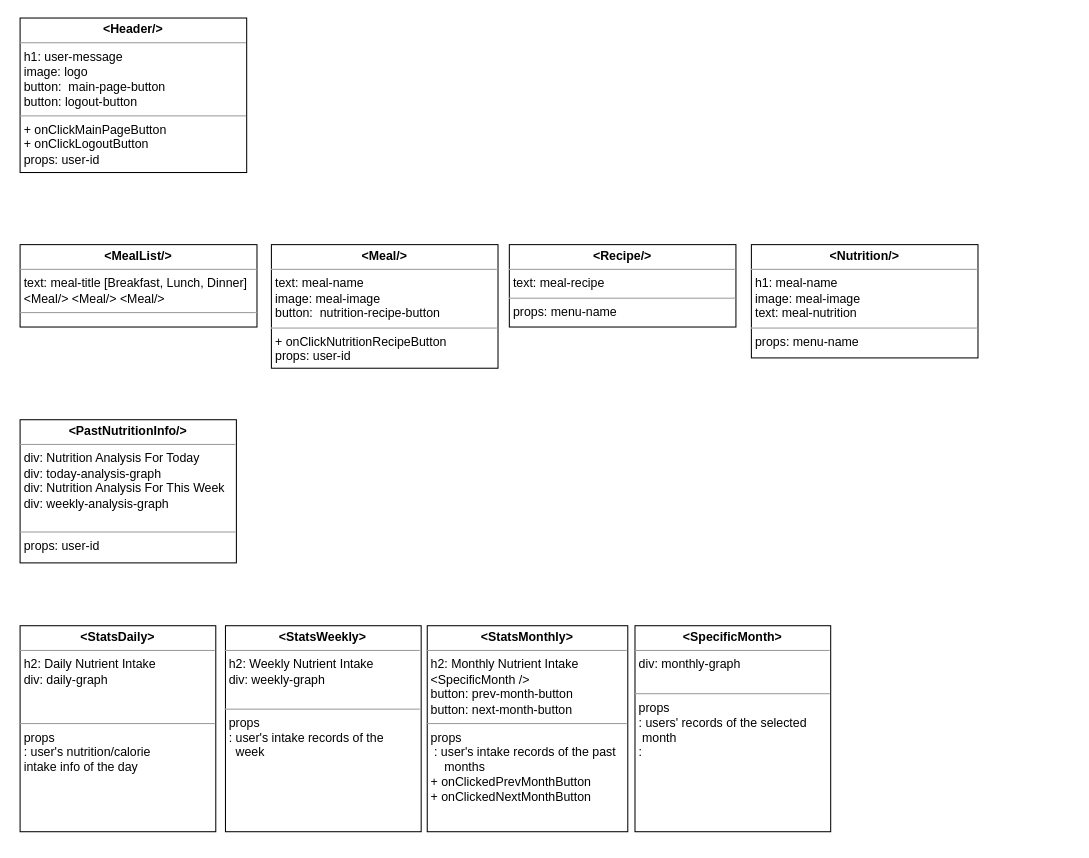
This is diagrams/Component Diagram.drawio from swsnu/swpp2021-team5, a draw.io file, before an edit. Source tidied: cells renumbered, new cells numbered last; positions are measured from the earlier drawing's top-left corner, leaving out a move shared by most shapes. Both pictures are drawn from the tidied source at 103%, with x=0, y=0 at pixel (20, 18).
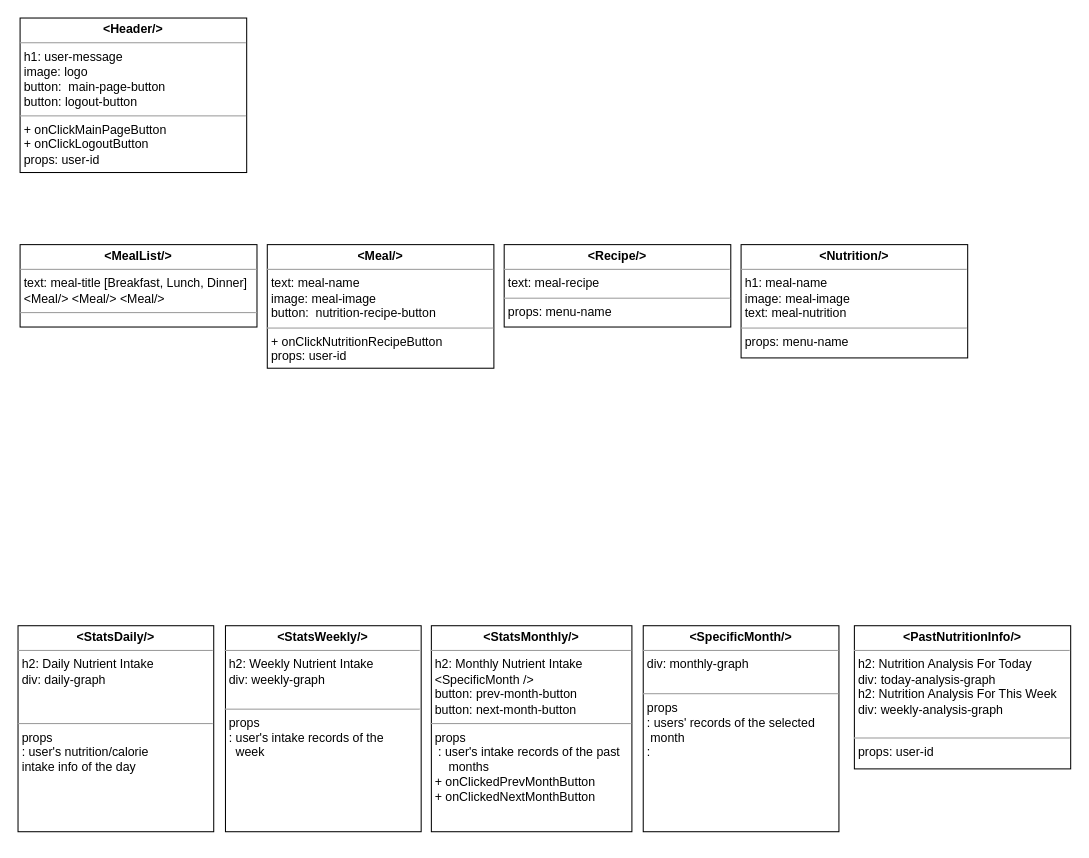
The same diagram, later.

The edit, as a diff of the source:
```diff
@@
 <mxGraphModel>
   <root>
     <mxCell id="0" />
     <mxCell id="1" parent="0" />
-    <mxCell id="2" value="&lt;p style=&quot;margin: 0px ; margin-top: 4px ; text-align: center&quot;&gt;&lt;b&gt;&amp;lt;PastNutritionInfo/&amp;gt;&lt;/b&gt;&lt;/p&gt;&lt;hr size=&quot;1&quot;&gt;&lt;p style=&quot;margin: 0px ; margin-left: 4px&quot;&gt;div: Nutrition Analysis For Today&lt;/p&gt;&lt;p style=&quot;margin: 0px ; margin-left: 4px&quot;&gt;div: today-analysis-graph&lt;/p&gt;&lt;p style=&quot;margin: 0px ; margin-left: 4px&quot;&gt;div: Nutrition Analysis For This Week&lt;/p&gt;&lt;p style=&quot;margin: 0px ; margin-left: 4px&quot;&gt;div: weekly-analysis-graph&lt;/p&gt;&lt;p style=&quot;margin: 0px ; margin-left: 4px&quot;&gt;&lt;br&gt;&lt;/p&gt;&lt;hr size=&quot;1&quot;&gt;&lt;p style=&quot;margin: 0px ; margin-left: 4px&quot;&gt;props: user-id&lt;/p&gt;" style="verticalAlign=top;align=left;overflow=fill;fontSize=12;fontFamily=Helvetica;html=1;rounded=0;shadow=0;comic=0;labelBackgroundColor=none;strokeWidth=1;" parent="1" vertex="1">
-      <mxGeometry y="390" width="210" height="139" as="geometry" />
+    <mxCell id="2" value="&lt;p style=&quot;margin: 0px ; margin-top: 4px ; text-align: center&quot;&gt;&lt;b&gt;&amp;lt;PastNutritionInfo/&amp;gt;&lt;/b&gt;&lt;/p&gt;&lt;hr size=&quot;1&quot;&gt;&lt;p style=&quot;margin: 0px ; margin-left: 4px&quot;&gt;h2: Nutrition Analysis For Today&lt;/p&gt;&lt;p style=&quot;margin: 0px ; margin-left: 4px&quot;&gt;div: today-analysis-graph&lt;/p&gt;&lt;p style=&quot;margin: 0px ; margin-left: 4px&quot;&gt;h2: Nutrition Analysis For This Week&lt;/p&gt;&lt;p style=&quot;margin: 0px ; margin-left: 4px&quot;&gt;div: weekly-analysis-graph&lt;/p&gt;&lt;p style=&quot;margin: 0px ; margin-left: 4px&quot;&gt;&lt;br&gt;&lt;/p&gt;&lt;hr size=&quot;1&quot;&gt;&lt;p style=&quot;margin: 0px ; margin-left: 4px&quot;&gt;props: user-id&lt;/p&gt;" style="verticalAlign=top;align=left;overflow=fill;fontSize=12;fontFamily=Helvetica;html=1;rounded=0;shadow=0;comic=0;labelBackgroundColor=none;strokeWidth=1;" parent="1" vertex="1">
+      <mxGeometry x="810" y="590" width="210" height="139" as="geometry" />
     </mxCell>
     <mxCell id="3" value="&lt;p style=&quot;margin: 0px ; margin-top: 4px ; text-align: center&quot;&gt;&lt;b&gt;&amp;lt;MealList/&amp;gt;&lt;/b&gt;&lt;/p&gt;&lt;hr size=&quot;1&quot;&gt;&lt;p style=&quot;margin: 0px ; margin-left: 4px&quot;&gt;text: meal-title [Breakfast, Lunch, Dinner]&lt;/p&gt;&lt;p style=&quot;margin: 0px ; margin-left: 4px&quot;&gt;&lt;span&gt;&amp;lt;Meal/&amp;gt; &amp;lt;Meal/&amp;gt; &amp;lt;Meal/&amp;gt;&lt;/span&gt;&lt;/p&gt;&lt;hr size=&quot;1&quot;&gt;&lt;p style=&quot;margin: 0px ; margin-left: 4px&quot;&gt;&lt;br&gt;&lt;/p&gt;" style="verticalAlign=top;align=left;overflow=fill;fontSize=12;fontFamily=Helvetica;html=1;rounded=0;shadow=0;comic=0;labelBackgroundColor=none;strokeWidth=1;" parent="1" vertex="1">
       <mxGeometry y="220" width="230" height="80" as="geometry" />
     </mxCell>
     <mxCell id="4" value="&lt;p style=&quot;margin: 0px ; margin-top: 4px ; text-align: center&quot;&gt;&lt;b&gt;&amp;lt;Meal/&amp;gt;&lt;/b&gt;&lt;/p&gt;&lt;hr size=&quot;1&quot;&gt;&lt;p style=&quot;margin: 0px ; margin-left: 4px&quot;&gt;&lt;span&gt;text: meal-name&lt;/span&gt;&lt;/p&gt;&lt;p style=&quot;margin: 0px ; margin-left: 4px&quot;&gt;image: meal-image&lt;/p&gt;&lt;p style=&quot;margin: 0px ; margin-left: 4px&quot;&gt;&lt;span&gt;button:&amp;nbsp;&amp;nbsp;&lt;/span&gt;&lt;span style=&quot;text-align: center&quot;&gt;nutrition-recipe-button&lt;/span&gt;&lt;br&gt;&lt;/p&gt;&lt;hr size=&quot;1&quot;&gt;&lt;p style=&quot;margin: 0px ; margin-left: 4px&quot;&gt;+ onClickNutritionRecipeButton&lt;/p&gt;&lt;p style=&quot;margin: 0px ; margin-left: 4px&quot;&gt;props: user-id&lt;/p&gt;" style="verticalAlign=top;align=left;overflow=fill;fontSize=12;fontFamily=Helvetica;html=1;rounded=0;shadow=0;comic=0;labelBackgroundColor=none;strokeWidth=1;" parent="1" vertex="1">
-      <mxGeometry x="244" y="220" width="220" height="120" as="geometry" />
+      <mxGeometry x="240" y="220" width="220" height="120" as="geometry" />
     </mxCell>
     <mxCell id="5" value="&lt;p style=&quot;margin: 0px ; margin-top: 4px ; text-align: center&quot;&gt;&lt;b&gt;&amp;lt;Recipe/&amp;gt;&lt;/b&gt;&lt;/p&gt;&lt;hr size=&quot;1&quot;&gt;&lt;p style=&quot;margin: 0px ; margin-left: 4px&quot;&gt;text: meal-recipe&lt;/p&gt;&lt;hr size=&quot;1&quot;&gt;&lt;p style=&quot;margin: 0px ; margin-left: 4px&quot;&gt;props: menu-name&lt;/p&gt;" style="verticalAlign=top;align=left;overflow=fill;fontSize=12;fontFamily=Helvetica;html=1;rounded=0;shadow=0;comic=0;labelBackgroundColor=none;strokeWidth=1;" parent="1" vertex="1">
-      <mxGeometry x="475" y="220" width="220" height="80" as="geometry" />
+      <mxGeometry x="470" y="220" width="220" height="80" as="geometry" />
     </mxCell>
     <mxCell id="6" value="&lt;p style=&quot;margin: 0px ; margin-top: 4px ; text-align: center&quot;&gt;&lt;b&gt;&amp;lt;Nutrition/&amp;gt;&lt;/b&gt;&lt;/p&gt;&lt;hr size=&quot;1&quot;&gt;&lt;p style=&quot;margin: 0px ; margin-left: 4px&quot;&gt;h1: meal-name&lt;/p&gt;&lt;p style=&quot;margin: 0px ; margin-left: 4px&quot;&gt;&lt;span&gt;image: meal-image&lt;/span&gt;&lt;/p&gt;&lt;p style=&quot;margin: 0px ; margin-left: 4px&quot;&gt;&lt;span&gt;text: meal-nutrition&lt;br&gt;&lt;/span&gt;&lt;/p&gt;&lt;hr size=&quot;1&quot;&gt;&lt;p style=&quot;margin: 0px ; margin-left: 4px&quot;&gt;props: menu-name&lt;/p&gt;" style="verticalAlign=top;align=left;overflow=fill;fontSize=12;fontFamily=Helvetica;html=1;rounded=0;shadow=0;comic=0;labelBackgroundColor=none;strokeWidth=1;" parent="1" vertex="1">
-      <mxGeometry x="710" y="220" width="220" height="110" as="geometry" />
+      <mxGeometry x="700" y="220" width="220" height="110" as="geometry" />
     </mxCell>
     <mxCell id="7" value="&lt;p style=&quot;margin: 0px ; margin-top: 4px ; text-align: center&quot;&gt;&lt;b&gt;&amp;lt;Header/&amp;gt;&lt;/b&gt;&lt;/p&gt;&lt;hr size=&quot;1&quot;&gt;&lt;p style=&quot;margin: 0px ; margin-left: 4px&quot;&gt;h1: user-message&lt;/p&gt;&lt;p style=&quot;margin: 0px ; margin-left: 4px&quot;&gt;image: logo&lt;/p&gt;&lt;p style=&quot;margin: 0px ; margin-left: 4px&quot;&gt;&lt;span&gt;button:&amp;nbsp;&amp;nbsp;&lt;/span&gt;&lt;span style=&quot;text-align: center&quot;&gt;main-page-button&lt;/span&gt;&lt;br&gt;&lt;/p&gt;&lt;p style=&quot;margin: 0px ; margin-left: 4px&quot;&gt;&lt;span style=&quot;text-align: center&quot;&gt;button: logout-button&lt;/span&gt;&lt;/p&gt;&lt;hr size=&quot;1&quot;&gt;&lt;p style=&quot;margin: 0px ; margin-left: 4px&quot;&gt;+ onClickMainPageButton&lt;/p&gt;&lt;p style=&quot;margin: 0px ; margin-left: 4px&quot;&gt;+ onClickLogoutButton&lt;/p&gt;&lt;p style=&quot;margin: 0px ; margin-left: 4px&quot;&gt;props: user-id&lt;/p&gt;" style="verticalAlign=top;align=left;overflow=fill;fontSize=12;fontFamily=Helvetica;html=1;rounded=0;shadow=0;comic=0;labelBackgroundColor=none;strokeWidth=1;" parent="1" vertex="1">
       <mxGeometry width="220" height="150" as="geometry" />
     </mxCell>
-    <mxCell id="8" value="&lt;p style=&quot;margin: 0px ; margin-top: 4px ; text-align: center&quot;&gt;&lt;b&gt;&amp;lt;StatsDaily&amp;gt;&lt;/b&gt;&lt;/p&gt;&lt;hr size=&quot;1&quot;&gt;&lt;p style=&quot;margin: 0px ; margin-left: 4px&quot;&gt;h2: Daily Nutrient Intake&lt;br&gt;&lt;/p&gt;&lt;p style=&quot;margin: 0px ; margin-left: 4px&quot;&gt;div: daily-graph&lt;/p&gt;&lt;p style=&quot;margin: 0px ; margin-left: 4px&quot;&gt;&amp;nbsp;&lt;/p&gt;&lt;p style=&quot;margin: 0px ; margin-left: 4px&quot;&gt;&lt;br&gt;&lt;/p&gt;&lt;hr size=&quot;1&quot;&gt;&lt;p style=&quot;margin: 0px ; margin-left: 4px&quot;&gt;props&lt;/p&gt;&lt;p style=&quot;margin: 0px ; margin-left: 4px&quot;&gt;: user's nutrition/calorie&lt;/p&gt;&lt;p style=&quot;margin: 0px ; margin-left: 4px&quot;&gt;intake info of the day&lt;/p&gt;&lt;p style=&quot;margin: 0px ; margin-left: 4px&quot;&gt;&lt;br&gt;&lt;/p&gt;" style="verticalAlign=top;align=left;overflow=fill;fontSize=12;fontFamily=Helvetica;html=1;rounded=0;shadow=0;comic=0;labelBackgroundColor=none;strokeWidth=1;" parent="1" vertex="1">
-      <mxGeometry y="590" width="190" height="200" as="geometry" />
+    <mxCell id="8" value="&lt;p style=&quot;margin: 0px ; margin-top: 4px ; text-align: center&quot;&gt;&lt;b&gt;&amp;lt;StatsDaily/&amp;gt;&lt;/b&gt;&lt;/p&gt;&lt;hr size=&quot;1&quot;&gt;&lt;p style=&quot;margin: 0px ; margin-left: 4px&quot;&gt;h2: Daily Nutrient Intake&lt;br&gt;&lt;/p&gt;&lt;p style=&quot;margin: 0px ; margin-left: 4px&quot;&gt;div: daily-graph&lt;/p&gt;&lt;p style=&quot;margin: 0px ; margin-left: 4px&quot;&gt;&amp;nbsp;&lt;/p&gt;&lt;p style=&quot;margin: 0px ; margin-left: 4px&quot;&gt;&lt;br&gt;&lt;/p&gt;&lt;hr size=&quot;1&quot;&gt;&lt;p style=&quot;margin: 0px ; margin-left: 4px&quot;&gt;props&lt;/p&gt;&lt;p style=&quot;margin: 0px ; margin-left: 4px&quot;&gt;: user's nutrition/calorie&lt;/p&gt;&lt;p style=&quot;margin: 0px ; margin-left: 4px&quot;&gt;intake info of the day&lt;/p&gt;&lt;p style=&quot;margin: 0px ; margin-left: 4px&quot;&gt;&lt;br&gt;&lt;/p&gt;" style="verticalAlign=top;align=left;overflow=fill;fontSize=12;fontFamily=Helvetica;html=1;rounded=0;shadow=0;comic=0;labelBackgroundColor=none;strokeWidth=1;" parent="1" vertex="1">
+      <mxGeometry x="-2" y="590" width="190" height="200" as="geometry" />
     </mxCell>
-    <mxCell id="9" value="&lt;p style=&quot;margin: 0px ; margin-top: 4px ; text-align: center&quot;&gt;&lt;b&gt;&amp;lt;StatsWeekly&amp;gt;&lt;/b&gt;&lt;/p&gt;&lt;hr size=&quot;1&quot;&gt;&lt;p style=&quot;margin: 0px ; margin-left: 4px&quot;&gt;h2: Weekly Nutrient Intake&lt;br&gt;&lt;/p&gt;&lt;p style=&quot;margin: 0px ; margin-left: 4px&quot;&gt;div: weekly-graph&lt;br&gt;&lt;/p&gt;&lt;p style=&quot;margin: 0px ; margin-left: 4px&quot;&gt;&lt;br&gt;&lt;/p&gt;&lt;hr size=&quot;1&quot;&gt;&lt;p style=&quot;margin: 0px ; margin-left: 4px&quot;&gt;props&lt;/p&gt;&lt;p style=&quot;margin: 0px ; margin-left: 4px&quot;&gt;: user's intake records of the&lt;/p&gt;&lt;p style=&quot;margin: 0px ; margin-left: 4px&quot;&gt;&amp;nbsp; week&lt;br&gt;&lt;/p&gt;" style="verticalAlign=top;align=left;overflow=fill;fontSize=12;fontFamily=Helvetica;html=1;rounded=0;shadow=0;comic=0;labelBackgroundColor=none;strokeWidth=1;" parent="1" vertex="1">
+    <mxCell id="9" value="&lt;p style=&quot;margin: 0px ; margin-top: 4px ; text-align: center&quot;&gt;&lt;b&gt;&amp;lt;StatsWeekly/&amp;gt;&lt;/b&gt;&lt;/p&gt;&lt;hr size=&quot;1&quot;&gt;&lt;p style=&quot;margin: 0px ; margin-left: 4px&quot;&gt;h2: Weekly Nutrient Intake&lt;br&gt;&lt;/p&gt;&lt;p style=&quot;margin: 0px ; margin-left: 4px&quot;&gt;div: weekly-graph&lt;br&gt;&lt;/p&gt;&lt;p style=&quot;margin: 0px ; margin-left: 4px&quot;&gt;&lt;br&gt;&lt;/p&gt;&lt;hr size=&quot;1&quot;&gt;&lt;p style=&quot;margin: 0px ; margin-left: 4px&quot;&gt;props&lt;/p&gt;&lt;p style=&quot;margin: 0px ; margin-left: 4px&quot;&gt;: user's intake records of the&lt;/p&gt;&lt;p style=&quot;margin: 0px ; margin-left: 4px&quot;&gt;&amp;nbsp; week&lt;br&gt;&lt;/p&gt;" style="verticalAlign=top;align=left;overflow=fill;fontSize=12;fontFamily=Helvetica;html=1;rounded=0;shadow=0;comic=0;labelBackgroundColor=none;strokeWidth=1;" parent="1" vertex="1">
       <mxGeometry x="199.4" y="590" width="190" height="200" as="geometry" />
     </mxCell>
-    <mxCell id="10" value="&lt;p style=&quot;margin: 0px ; margin-top: 4px ; text-align: center&quot;&gt;&lt;b&gt;&amp;lt;StatsMonthly&amp;gt;&lt;/b&gt;&lt;/p&gt;&lt;hr size=&quot;1&quot;&gt;&lt;p style=&quot;margin: 0px ; margin-left: 4px&quot;&gt;h2: Monthly Nutrient Intake&amp;nbsp;&lt;br&gt;&lt;/p&gt;&lt;p style=&quot;margin: 0px ; margin-left: 4px&quot;&gt;&amp;lt;SpecificMonth /&amp;gt;&lt;/p&gt;&lt;p style=&quot;margin: 0px ; margin-left: 4px&quot;&gt;button: prev-month-button&lt;/p&gt;&lt;p style=&quot;margin: 0px ; margin-left: 4px&quot;&gt;button: next-month-button&lt;/p&gt;&lt;hr size=&quot;1&quot;&gt;&lt;p style=&quot;margin: 0px 0px 0px 4px&quot;&gt;props&lt;/p&gt;&lt;p style=&quot;margin: 0px 0px 0px 4px&quot;&gt;&amp;nbsp;: user's intake records of the past&lt;/p&gt;&lt;p style=&quot;margin: 0px 0px 0px 4px&quot;&gt;&amp;nbsp; &amp;nbsp; months&lt;/p&gt;&lt;p style=&quot;margin: 0px 0px 0px 4px&quot;&gt;+ onClickedPrevMonthButton&lt;/p&gt;&lt;p style=&quot;margin: 0px 0px 0px 4px&quot;&gt;+ onClickedNextMonthButton&lt;/p&gt;" style="verticalAlign=top;align=left;overflow=fill;fontSize=12;fontFamily=Helvetica;html=1;rounded=0;shadow=0;comic=0;labelBackgroundColor=none;strokeWidth=1;" parent="1" vertex="1">
-      <mxGeometry x="395.3" y="590" width="194.7" height="200" as="geometry" />
+    <mxCell id="10" value="&lt;p style=&quot;margin: 0px ; margin-top: 4px ; text-align: center&quot;&gt;&lt;b&gt;&amp;lt;StatsMonthly/&amp;gt;&lt;/b&gt;&lt;/p&gt;&lt;hr size=&quot;1&quot;&gt;&lt;p style=&quot;margin: 0px ; margin-left: 4px&quot;&gt;h2: Monthly Nutrient Intake&amp;nbsp;&lt;br&gt;&lt;/p&gt;&lt;p style=&quot;margin: 0px ; margin-left: 4px&quot;&gt;&amp;lt;SpecificMonth /&amp;gt;&lt;/p&gt;&lt;p style=&quot;margin: 0px ; margin-left: 4px&quot;&gt;button: prev-month-button&lt;/p&gt;&lt;p style=&quot;margin: 0px ; margin-left: 4px&quot;&gt;button: next-month-button&lt;/p&gt;&lt;hr size=&quot;1&quot;&gt;&lt;p style=&quot;margin: 0px 0px 0px 4px&quot;&gt;props&lt;/p&gt;&lt;p style=&quot;margin: 0px 0px 0px 4px&quot;&gt;&amp;nbsp;: user's intake records of the past&lt;/p&gt;&lt;p style=&quot;margin: 0px 0px 0px 4px&quot;&gt;&amp;nbsp; &amp;nbsp; months&lt;/p&gt;&lt;p style=&quot;margin: 0px 0px 0px 4px&quot;&gt;+ onClickedPrevMonthButton&lt;/p&gt;&lt;p style=&quot;margin: 0px 0px 0px 4px&quot;&gt;+ onClickedNextMonthButton&lt;/p&gt;" style="verticalAlign=top;align=left;overflow=fill;fontSize=12;fontFamily=Helvetica;html=1;rounded=0;shadow=0;comic=0;labelBackgroundColor=none;strokeWidth=1;" parent="1" vertex="1">
+      <mxGeometry x="399.3" y="590" width="194.7" height="200" as="geometry" />
     </mxCell>
     <mxCell id="11" style="edgeStyle=orthogonalEdgeStyle;rounded=0;orthogonalLoop=1;jettySize=auto;html=1;exitX=0.5;exitY=1;exitDx=0;exitDy=0;" parent="1" edge="1" source="9" target="9">
       <mxGeometry relative="1" as="geometry" />
     </mxCell>
-    <mxCell id="12" value="&lt;p style=&quot;margin: 0px ; margin-top: 4px ; text-align: center&quot;&gt;&lt;b&gt;&amp;lt;SpecificMonth&amp;gt;&lt;/b&gt;&lt;/p&gt;&lt;hr size=&quot;1&quot;&gt;&lt;p style=&quot;margin: 0px ; margin-left: 4px&quot;&gt;&lt;span&gt;div: monthly-graph&lt;/span&gt;&lt;br&gt;&lt;/p&gt;&lt;p style=&quot;margin: 0px ; margin-left: 4px&quot;&gt;&lt;br&gt;&lt;/p&gt;&lt;hr size=&quot;1&quot;&gt;&lt;p style=&quot;margin: 0px ; margin-left: 4px&quot;&gt;props&lt;/p&gt;&lt;p style=&quot;margin: 0px ; margin-left: 4px&quot;&gt;: users' records of the selected&lt;/p&gt;&lt;p style=&quot;margin: 0px ; margin-left: 4px&quot;&gt;&amp;nbsp;month&lt;/p&gt;&lt;p style=&quot;margin: 0px ; margin-left: 4px&quot;&gt;:&amp;nbsp;&lt;/p&gt;" style="verticalAlign=top;align=left;overflow=fill;fontSize=12;fontFamily=Helvetica;html=1;rounded=0;shadow=0;comic=0;labelBackgroundColor=none;strokeWidth=1;" parent="1" vertex="1">
-      <mxGeometry x="597" y="590" width="190" height="200" as="geometry" />
+    <mxCell id="12" value="&lt;p style=&quot;margin: 0px ; margin-top: 4px ; text-align: center&quot;&gt;&lt;b&gt;&amp;lt;SpecificMonth/&amp;gt;&lt;/b&gt;&lt;/p&gt;&lt;hr size=&quot;1&quot;&gt;&lt;p style=&quot;margin: 0px ; margin-left: 4px&quot;&gt;&lt;span&gt;div: monthly-graph&lt;/span&gt;&lt;br&gt;&lt;/p&gt;&lt;p style=&quot;margin: 0px ; margin-left: 4px&quot;&gt;&lt;br&gt;&lt;/p&gt;&lt;hr size=&quot;1&quot;&gt;&lt;p style=&quot;margin: 0px ; margin-left: 4px&quot;&gt;props&lt;/p&gt;&lt;p style=&quot;margin: 0px ; margin-left: 4px&quot;&gt;: users' records of the selected&lt;/p&gt;&lt;p style=&quot;margin: 0px ; margin-left: 4px&quot;&gt;&amp;nbsp;month&lt;/p&gt;&lt;p style=&quot;margin: 0px ; margin-left: 4px&quot;&gt;:&amp;nbsp;&lt;/p&gt;" style="verticalAlign=top;align=left;overflow=fill;fontSize=12;fontFamily=Helvetica;html=1;rounded=0;shadow=0;comic=0;labelBackgroundColor=none;strokeWidth=1;" parent="1" vertex="1">
+      <mxGeometry x="605" y="590" width="190" height="200" as="geometry" />
     </mxCell>
   </root>
 </mxGraphModel>
```
